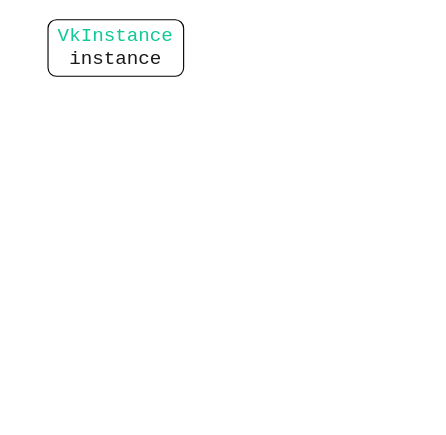
This is Untitled Diagram.drawio from hooyuser/Vulkan_Relation_Graph, a draw.io file, before an edit. Source tidied: cells renumbered, new cells numbered last; positions are measured from the earlier drawing's top-left corner, leaving out a move shared by most shapes. Both pictures are drawn from the tidied source at 113%, with x=0, y=0 at pixel (47, 19).
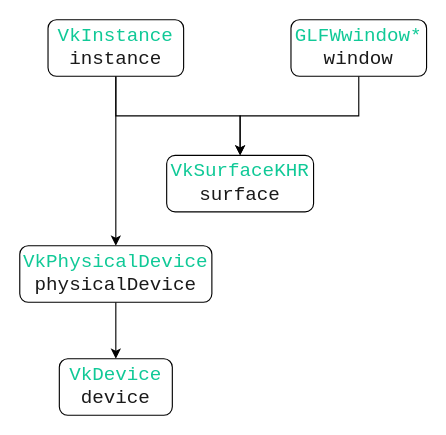
The same page after the edit.

What changed in the source:
```diff
@@
 <mxGraphModel>
   <root>
     <mxCell id="0" />
     <mxCell id="1" parent="0" />
+    <mxCell id="3" style="edgeStyle=orthogonalEdgeStyle;rounded=0;jettySize=auto;html=1;exitX=0.5;exitY=1;exitDx=0;exitDy=0;" parent="1" edge="1" source="2" target="5">
+      <mxGeometry relative="1" as="geometry" />
+    </mxCell>
+    <mxCell id="4" style="edgeStyle=orthogonalEdgeStyle;rounded=0;jettySize=auto;html=1;exitX=0.5;exitY=1;exitDx=0;exitDy=0;" parent="1" edge="1" source="2" target="9">
+      <mxGeometry relative="1" as="geometry" />
+    </mxCell>
     <mxCell id="2" value="&lt;font face=&quot;Consolas&quot; style=&quot;font-size: 17px&quot;&gt;&lt;span style=&quot;color: rgb(16 , 201 , 151)&quot;&gt;VkInstance&lt;/span&gt;&lt;br&gt;&lt;span&gt;&lt;font color=&quot;#1a1a1a&quot; style=&quot;font-size: 17px&quot;&gt;instance&lt;/font&gt;&lt;/span&gt;&lt;br&gt;&lt;/font&gt;" style="rounded=1;whiteSpace=wrap;html=1;" parent="1" vertex="1">
       <mxGeometry width="120" height="50" as="geometry" />
     </mxCell>
+    <mxCell id="5" value="&lt;font face=&quot;Consolas&quot;&gt;&lt;font color=&quot;#10c997&quot;&gt;&lt;span style=&quot;font-size: 17px&quot;&gt;VkSurfaceKHR&lt;/span&gt;&lt;/font&gt;&lt;br&gt;&lt;font color=&quot;#1a1a1a&quot;&gt;&lt;span style=&quot;font-size: 17px&quot;&gt;surface&lt;/span&gt;&lt;/font&gt;&lt;br&gt;&lt;/font&gt;" style="rounded=1;whiteSpace=wrap;html=1;" parent="1" vertex="1">
+      <mxGeometry x="105" y="120" width="130" height="50" as="geometry" />
+    </mxCell>
+    <mxCell id="6" style="edgeStyle=orthogonalEdgeStyle;rounded=0;jettySize=auto;html=1;exitX=0.5;exitY=1;exitDx=0;exitDy=0;entryX=0.5;entryY=0;entryDx=0;entryDy=0;" parent="1" edge="1" source="7" target="5">
+      <mxGeometry relative="1" as="geometry" />
+    </mxCell>
+    <mxCell id="7" value="&lt;font face=&quot;Consolas&quot;&gt;&lt;font color=&quot;#10c997&quot;&gt;&lt;span style=&quot;font-size: 17px&quot;&gt;GLFWwindow*&lt;/span&gt;&lt;/font&gt;&lt;br&gt;&lt;font color=&quot;#1a1a1a&quot;&gt;&lt;span style=&quot;font-size: 17px&quot;&gt;window&lt;/span&gt;&lt;/font&gt;&lt;br&gt;&lt;/font&gt;" style="rounded=1;whiteSpace=wrap;html=1;" parent="1" vertex="1">
+      <mxGeometry x="215" width="120" height="50" as="geometry" />
+    </mxCell>
+    <mxCell id="8" style="edgeStyle=orthogonalEdgeStyle;rounded=0;jettySize=auto;html=1;exitX=0.5;exitY=1;exitDx=0;exitDy=0;entryX=0.5;entryY=0;entryDx=0;entryDy=0;" parent="1" edge="1" source="9" target="10">
+      <mxGeometry relative="1" as="geometry" />
+    </mxCell>
+    <mxCell id="9" value="&lt;font face=&quot;Consolas&quot;&gt;&lt;font color=&quot;#10c997&quot;&gt;&lt;span style=&quot;font-size: 17px&quot;&gt;VkPhysicalDevice&lt;/span&gt;&lt;/font&gt;&lt;br&gt;&lt;font color=&quot;#1a1a1a&quot;&gt;&lt;span style=&quot;font-size: 17px&quot;&gt;physicalDevice&lt;/span&gt;&lt;/font&gt;&lt;br&gt;&lt;/font&gt;" style="rounded=1;whiteSpace=wrap;html=1;" parent="1" vertex="1">
+      <mxGeometry x="-25" y="200" width="170" height="50" as="geometry" />
+    </mxCell>
+    <mxCell id="10" value="&lt;font face=&quot;Consolas&quot;&gt;&lt;font color=&quot;#10c997&quot;&gt;&lt;span style=&quot;font-size: 17px&quot;&gt;VkDevice&lt;/span&gt;&lt;/font&gt;&lt;br&gt;&lt;font color=&quot;#1a1a1a&quot;&gt;&lt;span style=&quot;font-size: 17px&quot;&gt;device&lt;/span&gt;&lt;/font&gt;&lt;br&gt;&lt;/font&gt;" style="rounded=1;whiteSpace=wrap;html=1;" parent="1" vertex="1">
+      <mxGeometry x="10" y="300" width="100" height="50" as="geometry" />
+    </mxCell>
   </root>
 </mxGraphModel>
```
